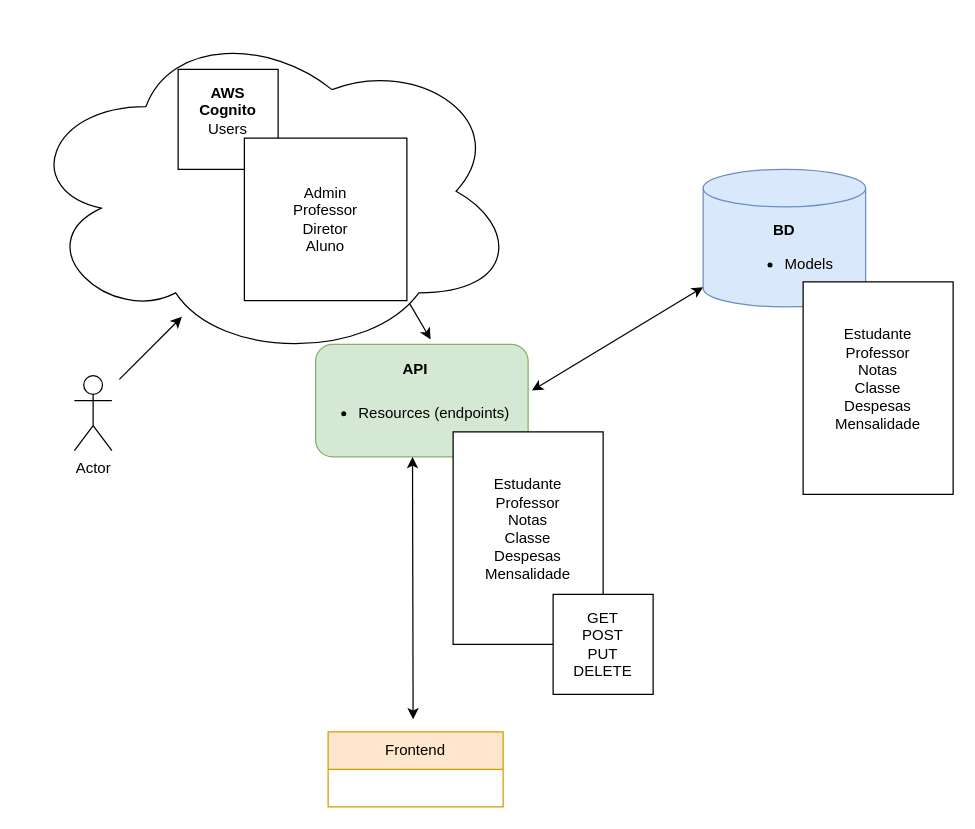
Before: page "Arquitetura" (1 of 3) of moz_school.drawio in ManuelCarreiras/moz_sch, a draw.io diagram. Source tidied: cells renumbered, new cells numbered last; positions are measured from the earlier drawing's top-left corner, leaving out a move shared by most shapes. Both pictures are drawn from the tidied source at 125%, with x=0, y=0 at pixel (21, 21).
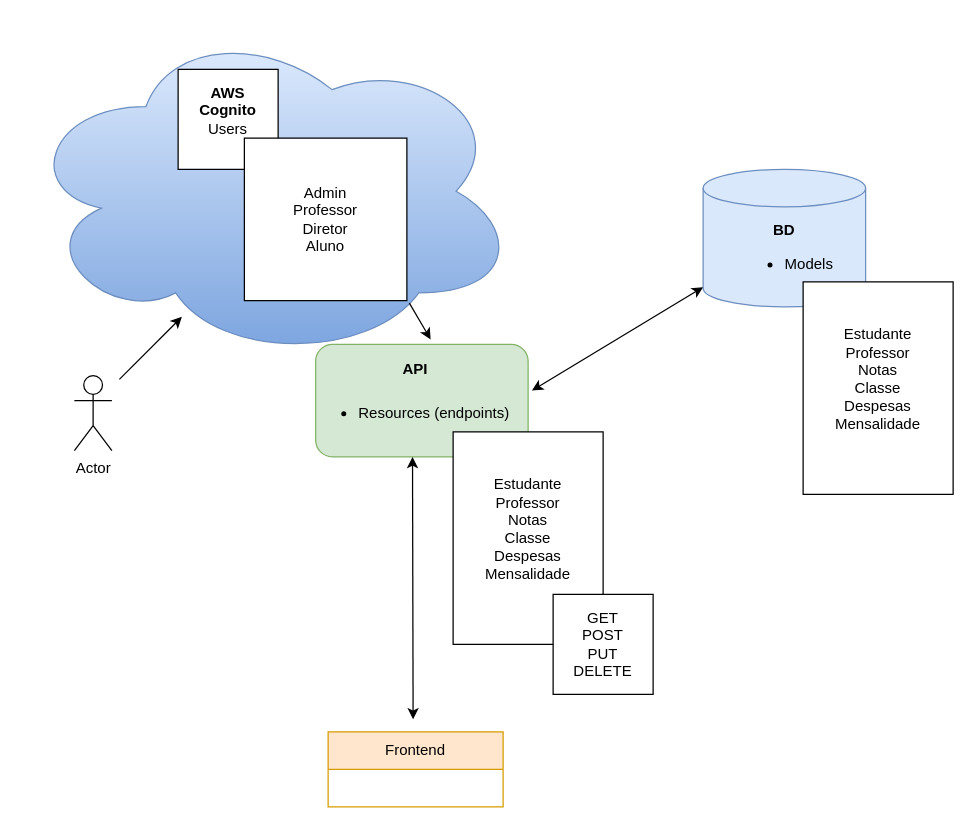
The same diagram, later.

The edit, as a diff of the source:
```diff
@@
-    <mxCell id="2" style="ellipse;shape=cloud;whiteSpace=wrap;html=1;" parent="1" vertex="1">
+    <mxCell id="2" style="ellipse;shape=cloud;whiteSpace=wrap;html=1;fillColor=#dae8fc;gradientColor=#7ea6e0;strokeColor=#6c8ebf;" parent="1" vertex="1">
       <mxGeometry width="397" height="271" as="geometry" />
     </mxCell>
```
